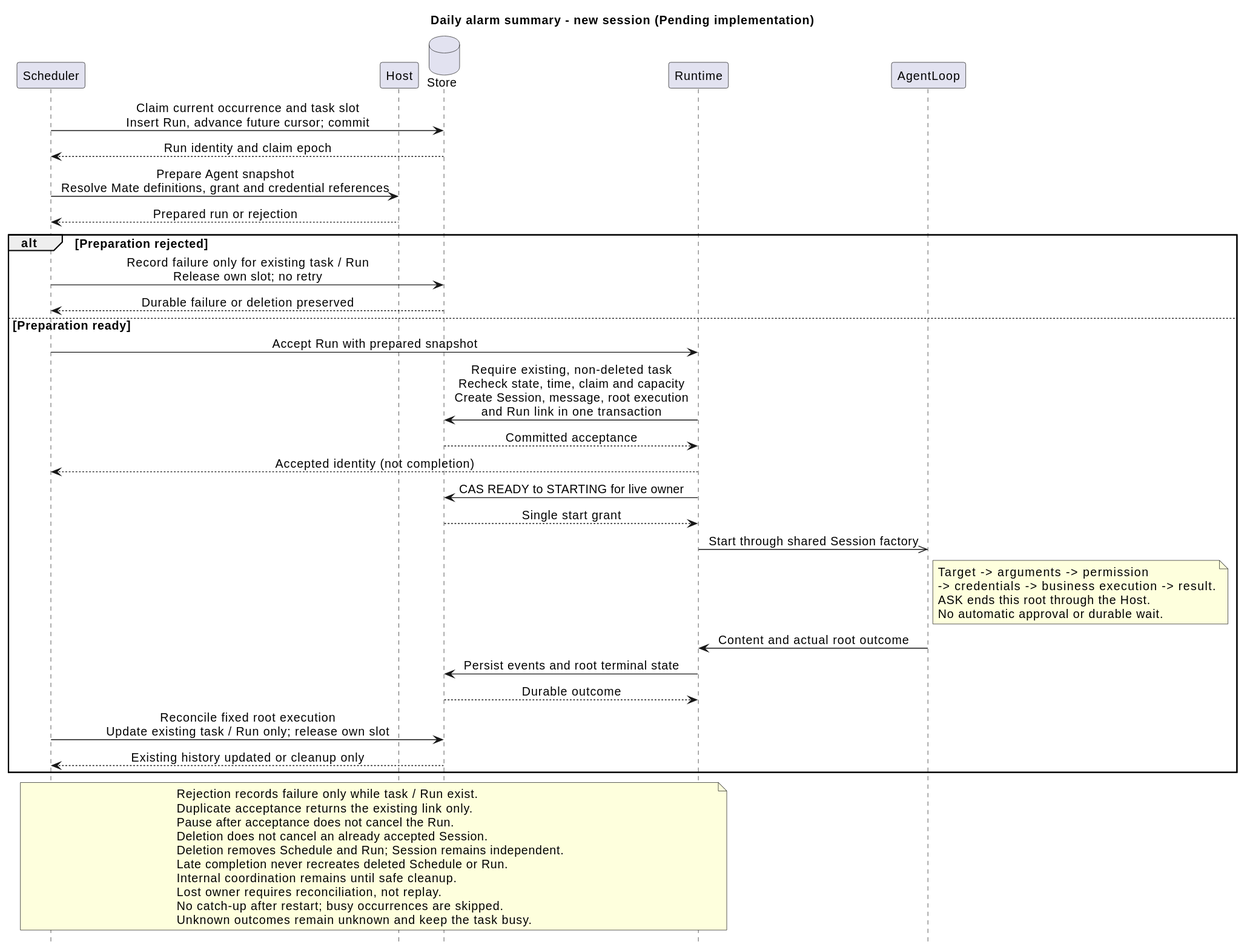
Earlier version of the PlantUML export 01-总体架构/08-CampusClaw定时任务/scheduled_run_sequence.svg (ssm0808/pi-mono-java-design).
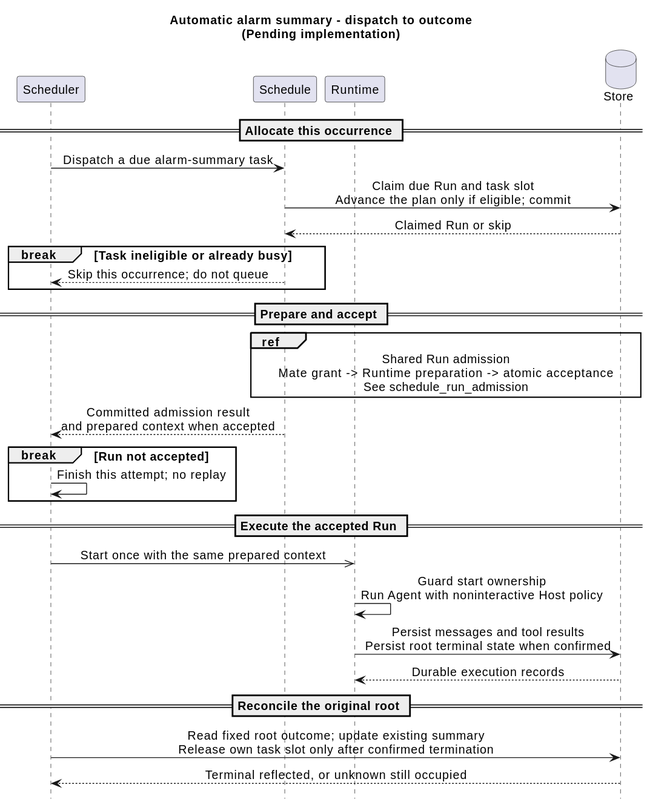
After the commit.

Commit message:
docs(schedule): clarify sequence roles and shared admission

Change to the diagram source:
```diff
@@ -1,51 +1,36 @@
 @startuml
-title Daily alarm summary - new session (Pending implementation)
+title Automatic alarm summary - dispatch to outcome\n(Pending implementation)
 hide footbox
 skinparam backgroundColor white
 skinparam defaultFontSize 14
 skinparam sequenceMessageAlign center
 participant Scheduler
-participant Host
+participant Schedule
+participant Runtime
 database Store
-participant Runtime
-participant AgentLoop
-Scheduler -> Store : Claim current occurrence and task slot\nInsert Run, advance future cursor; commit
-Store --> Scheduler : Run identity and claim epoch
-Scheduler -> Host : Prepare Agent snapshot\nResolve Mate definitions, grant and credential references
-Host --> Scheduler : Prepared run or rejection
-alt Preparation rejected
-  Scheduler -> Store : Record failure only for existing task / Run\nRelease own slot; no retry
-  Store --> Scheduler : Durable failure or deletion preserved
-else Preparation ready
-  Scheduler -> Runtime : Accept Run with prepared snapshot
-  Runtime -> Store : Require existing, non-deleted task\nRecheck state, time, claim and capacity\nCreate Session, message, root execution\nand Run link in one transaction
-  Store --> Runtime : Committed acceptance
-  Runtime --> Scheduler : Accepted identity (not completion)
-  Runtime -> Store : CAS READY to STARTING for live owner
-  Store --> Runtime : Single start grant
-  Runtime ->> AgentLoop : Start through shared Session factory
-  note right of AgentLoop
-    Target -> arguments -> permission
-    -> credentials -> business execution -> result.
-    ASK ends this root through the Host.
-    No automatic approval or durable wait.
-  end note
-  AgentLoop -> Runtime : Content and actual root outcome
-  Runtime -> Store : Persist events and root terminal state
-  Store --> Runtime : Durable outcome
-  Scheduler -> Store : Reconcile fixed root execution\nUpdate existing task / Run only; release own slot
-  Store --> Scheduler : Existing history updated or cleanup only
+== Allocate this occurrence ==
+Scheduler -> Schedule : Dispatch a due alarm-summary task
+Schedule -> Store : Claim due Run and task slot\nAdvance the plan only if eligible; commit
+Store --> Schedule : Claimed Run or skip
+break Task ineligible or already busy
+  Schedule --> Scheduler : Skip this occurrence; do not queue
 end
-note over Scheduler, Runtime
-  Rejection records failure only while task / Run exist.
-  Duplicate acceptance returns the existing link only.
-  Pause after acceptance does not cancel the Run.
-  Deletion does not cancel an already accepted Session.
-  Deletion removes Schedule and Run; Session remains independent.
-  Late completion never recreates deleted Schedule or Run.
-  Internal coordination remains until safe cleanup.
-  Lost owner requires reconciliation, not replay.
-  No catch-up after restart; busy occurrences are skipped.
-  Unknown outcomes remain unknown and keep the task busy.
-end note
+== Prepare and accept ==
+ref over Schedule, Store
+  Shared Run admission
+  Mate grant -> Runtime preparation -> atomic acceptance
+  See schedule_run_admission
+end ref
+Schedule --> Scheduler : Committed admission result\nand prepared context when accepted
+break Run not accepted
+  Scheduler -> Scheduler : Finish this attempt; no replay
+end
+== Execute the accepted Run ==
+Scheduler ->> Runtime : Start once with the same prepared context
+Runtime -> Runtime : Guard start ownership\nRun Agent with noninteractive Host policy
+Runtime -> Store : Persist messages and tool results\nPersist root terminal state when confirmed
+Store --> Runtime : Durable execution records
+== Reconcile the original root ==
+Scheduler -> Store : Read fixed root outcome; update existing summary\nRelease own task slot only after confirmed termination
+Store --> Scheduler : Terminal reflected, or unknown still occupied
 @enduml
```
